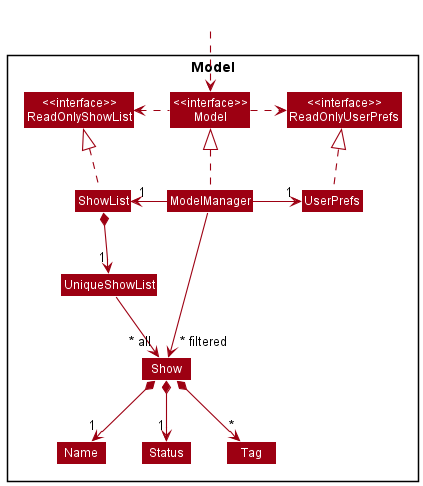
nus-cs2103-AY2122S2/tp keeps this PlantUML diagram as docs/images/ModelClassDiagram.png. Above is the earlier version.
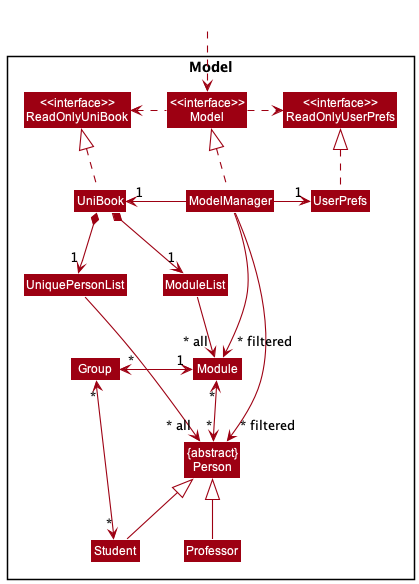
The same file after the commit.

The edit, as a diff of the source:
```diff
@@ -3,43 +3,51 @@
 skinparam arrowThickness 1.1
 skinparam arrowColor MODEL_COLOR
 skinparam classBackgroundColor MODEL_COLOR
+skinparam ClassAttributeFontColor #FFFFFF
 
 Package Model <<Rectangle>>{
-Class "<<interface>>\nReadOnlyShowList" as ReadOnlyShowList
+Class "<<interface>>\nReadOnlyUniBook" as ReadOnlyUniBook
 Class "<<interface>>\nReadOnlyUserPrefs" as ReadOnlyUserPrefs
 Class "<<interface>>\nModel" as Model
-Class ShowList
+Class UniBook
 Class ModelManager
 Class UserPrefs
-
-Class UniqueShowList
-Class Show
-Class Status
-Class Name
-Class Tag
-
+Class UniquePersonList
+Class ModuleList
+Class Module
+Class "{abstract}\nPerson" as Person
+Class Student
+Class Professor
+Class Module
+Class Group
+Class Module
 }
 
 Class HiddenOutside #FFFFFF
 HiddenOutside ..> Model
 
-ShowList .up.|> ReadOnlyShowList
+UniBook .up.|> ReadOnlyUniBook
 
 ModelManager .up.|> Model
 Model .right.> ReadOnlyUserPrefs
-Model .left.> ReadOnlyShowList
-ModelManager -left-> "1" ShowList
+Model .left.> ReadOnlyUniBook
+ModelManager -left-> "1" UniBook
 ModelManager -right-> "1" UserPrefs
 UserPrefs .up.|> ReadOnlyUserPrefs
 
-ShowList *--> "1" UniqueShowList
-UniqueShowList --> "~* all" Show
-Show *--> "1" Name
-Show *--> "1" Status
-Show *--> "*" Tag
+Student -up-|> Person
+Professor -up-|> Person
 
-Name -[hidden]right-> Status
-Status -[hidden]right->  Tag
+Module "*"<-->"*" Person
 
-ModelManager -->"~* filtered" Show
+Group "*"<-->"*" Student
+Group "*"<-right->"1" Module
+
+UniBook *--> "1" UniquePersonList
+UniBook *--> "1" ModuleList
+UniquePersonList --> "~* all" Person
+ModuleList --> "~* all" Module
+
+ModelManager -->"~* filtered" Person
+ModelManager -->"~* filtered" Module
 @enduml
```
